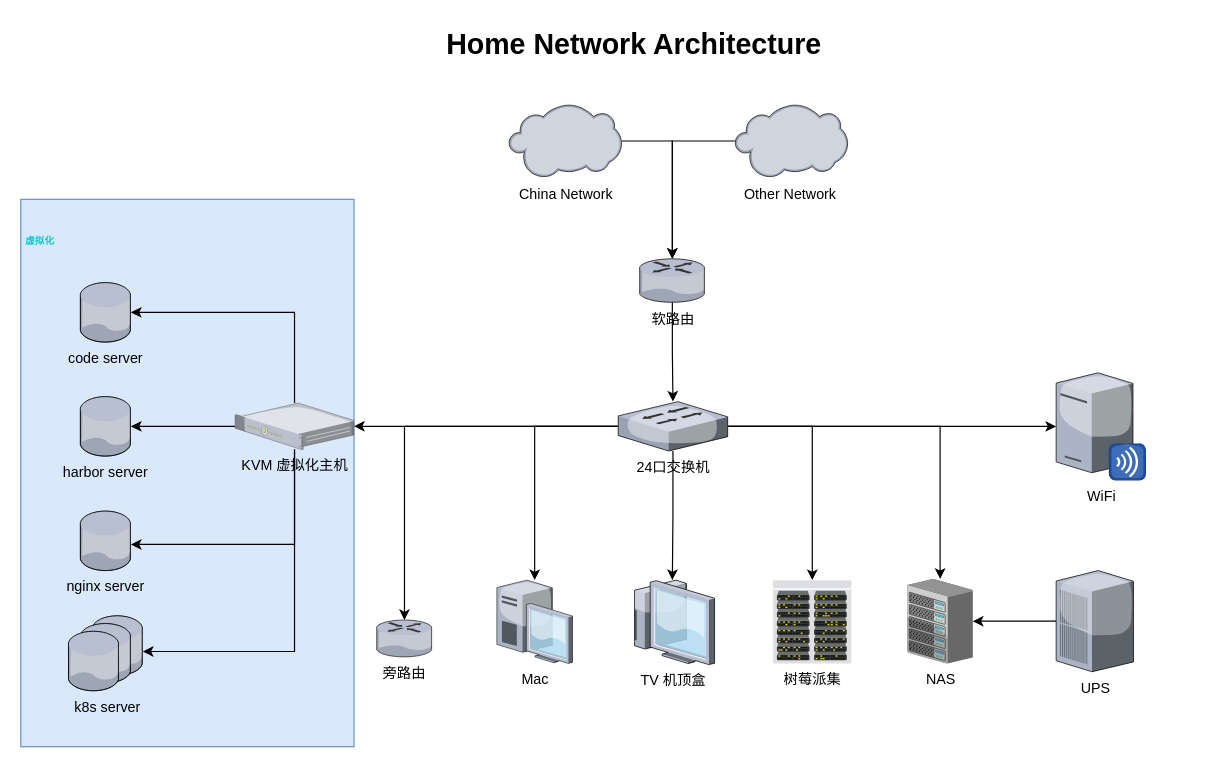
Above: homework.drawio in jobcher/drawio (draw.io), before the change. Source tidied: cells renumbered, new cells numbered last; positions are measured from the earlier drawing's top-left corner, leaving out a move shared by most shapes. Both pictures are drawn from the tidied source at 119%, with x=0, y=0 at pixel (20, 20).
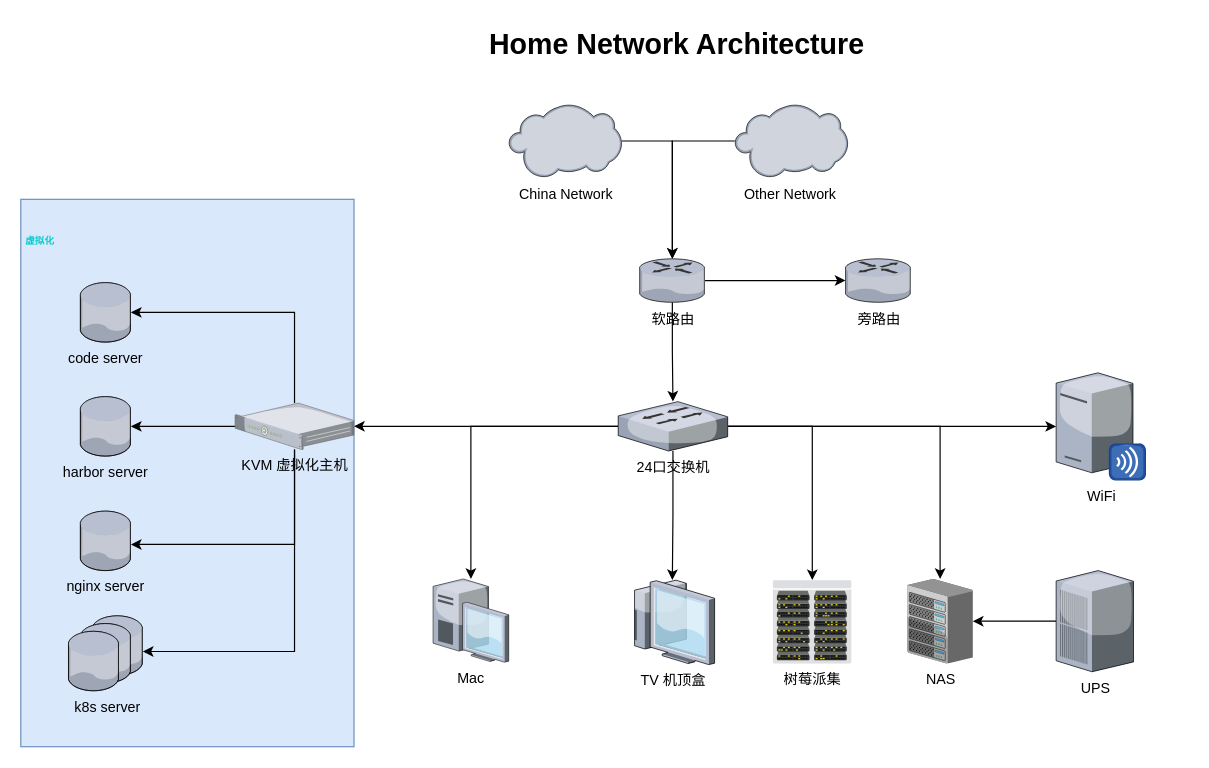
After the change.

Unchanged cells that the change refers to:
```xml
<mxCell id="9" value="软路由" style="verticalLabelPosition=bottom;sketch=0;html=1;verticalAlign=top;strokeColor=none;align=center;outlineConnect=0;shape=mxgraph.citrix.router;" parent="1" vertex="1">
  <mxGeometry x="520" y="200" width="55" height="36.5" as="geometry" />
</mxCell>
<mxCell id="17" value="24口交换机" style="verticalLabelPosition=bottom;sketch=0;html=1;verticalAlign=top;strokeColor=none;align=center;outlineConnect=0;shape=mxgraph.citrix.switch;" parent="1" vertex="1">
  <mxGeometry x="502" y="320" width="92" height="41.5" as="geometry" />
</mxCell>
```

The edit, as a diff of the source:
```diff
@@
     <mxCell id="3" value="Home Network Architecture" style="text;strokeColor=none;fillColor=none;html=1;fontSize=24;fontStyle=1;verticalAlign=middle;align=center;" parent="1" vertex="1">
-      <mxGeometry x="84" width="861" height="40" as="geometry" />
+      <mxGeometry x="120" width="861" height="40" as="geometry" />
     </mxCell>
@@
+    <mxCell id="38" style="edgeStyle=orthogonalEdgeStyle;rounded=0;jettySize=auto;html=1;" parent="1" edge="1" source="9" target="25">
+      <mxGeometry relative="1" as="geometry" />
+    </mxCell>
@@
-    <mxCell id="13" style="edgeStyle=orthogonalEdgeStyle;rounded=0;jettySize=auto;html=1;" parent="1" edge="1" source="17" target="25">
-      <mxGeometry relative="1" as="geometry" />
-    </mxCell>
@@
     <mxCell id="18" value="Mac" style="verticalLabelPosition=bottom;sketch=0;html=1;verticalAlign=top;strokeColor=none;align=center;outlineConnect=0;shape=mxgraph.citrix.desktop;" parent="1" vertex="1">
-      <mxGeometry x="400" y="470" width="63.6" height="70" as="geometry" />
+      <mxGeometry x="346.4" y="469" width="63.6" height="70" as="geometry" />
     </mxCell>
@@
-    <mxCell id="25" value="旁路由" style="verticalLabelPosition=bottom;sketch=0;html=1;verticalAlign=top;strokeColor=none;align=center;outlineConnect=0;shape=mxgraph.citrix.router;" parent="1" vertex="1">
-      <mxGeometry x="299" y="503.5" width="46.7" height="31" as="geometry" />
-    </mxCell>
@@
+    <mxCell id="25" value="旁路由" style="verticalLabelPosition=bottom;sketch=0;html=1;verticalAlign=top;strokeColor=none;align=center;outlineConnect=0;shape=mxgraph.citrix.router;" parent="1" vertex="1">
+      <mxGeometry x="693" y="200" width="55" height="36.5" as="geometry" />
+    </mxCell>
```
